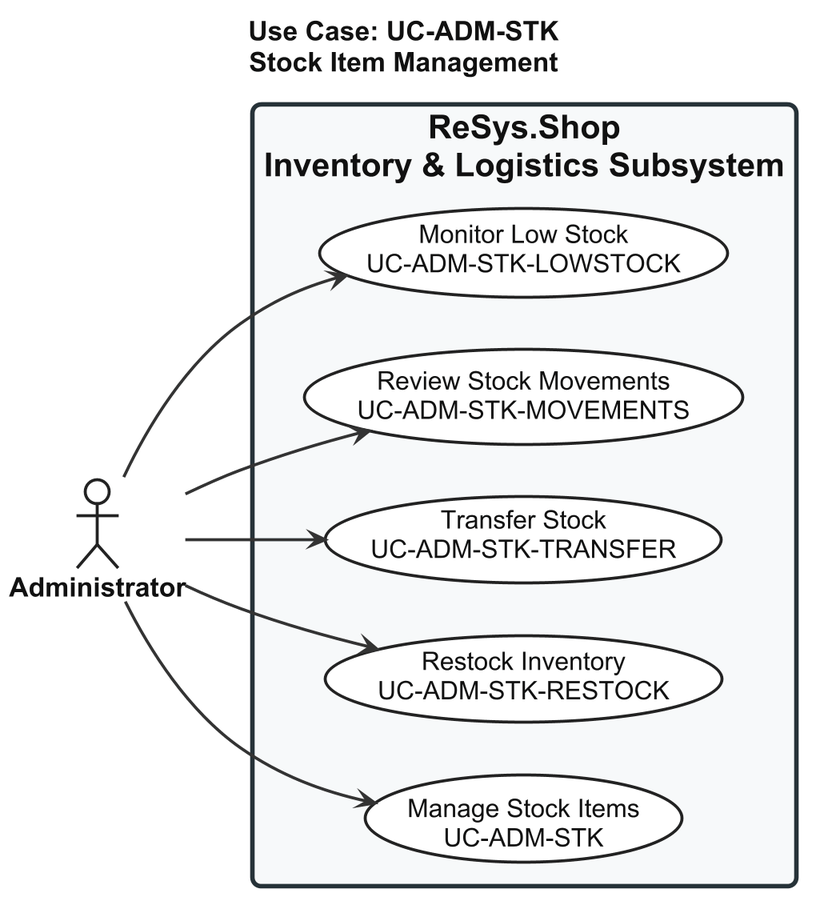
Before: thesis/figures/chapters/part2/ch2-design/02-use-cases/diagrams/P2S2.2.2_usecase-stock-item-management.png, a diagram exported from PlantUML (qingfa-dev/ReSys.Shop).
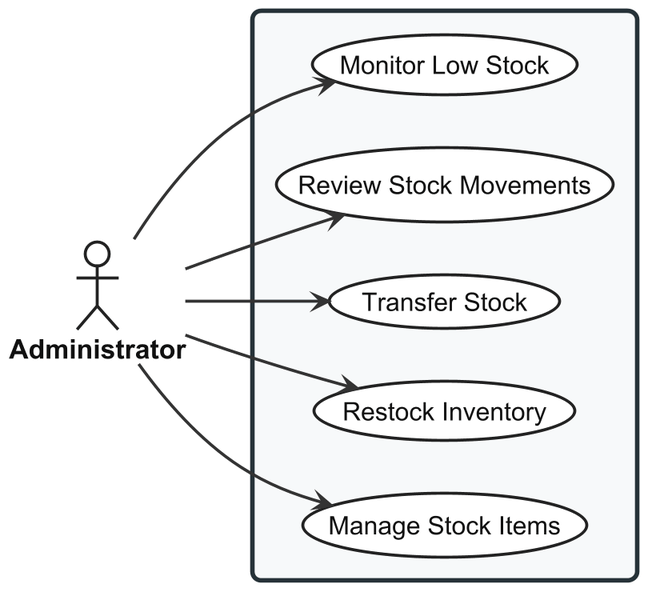
Above is the later version.

What changed in the source:
```diff
@@ -56,21 +56,20 @@
 
 </style>
 
-title Use Case: UC-ADM-STK\nStock Item Management
 
 actor "Administrator" as Admin
 
-rectangle "ReSys.Shop\nInventory & Logistics Subsystem" {
+rectangle {
 
-  usecase "Manage Stock Items\nUC-ADM-STK" as UC_MAIN
+  usecase "Manage Stock Items" as UC_MAIN
 
-  usecase "Restock Inventory\nUC-ADM-STK-RESTOCK" as UC_RESTOCK
+  usecase "Restock Inventory" as UC_RESTOCK
 
-  usecase "Transfer Stock\nUC-ADM-STK-TRANSFER" as UC_TRANSFER
+  usecase "Transfer Stock" as UC_TRANSFER
 
-  usecase "Review Stock Movements\nUC-ADM-STK-MOVEMENTS" as UC_MOVEMENTS
+  usecase "Review Stock Movements" as UC_MOVEMENTS
 
-  usecase "Monitor Low Stock\nUC-ADM-STK-LOWSTOCK" as UC_LOWSTOCK
+  usecase "Monitor Low Stock" as UC_LOWSTOCK
 
 }
 
```
